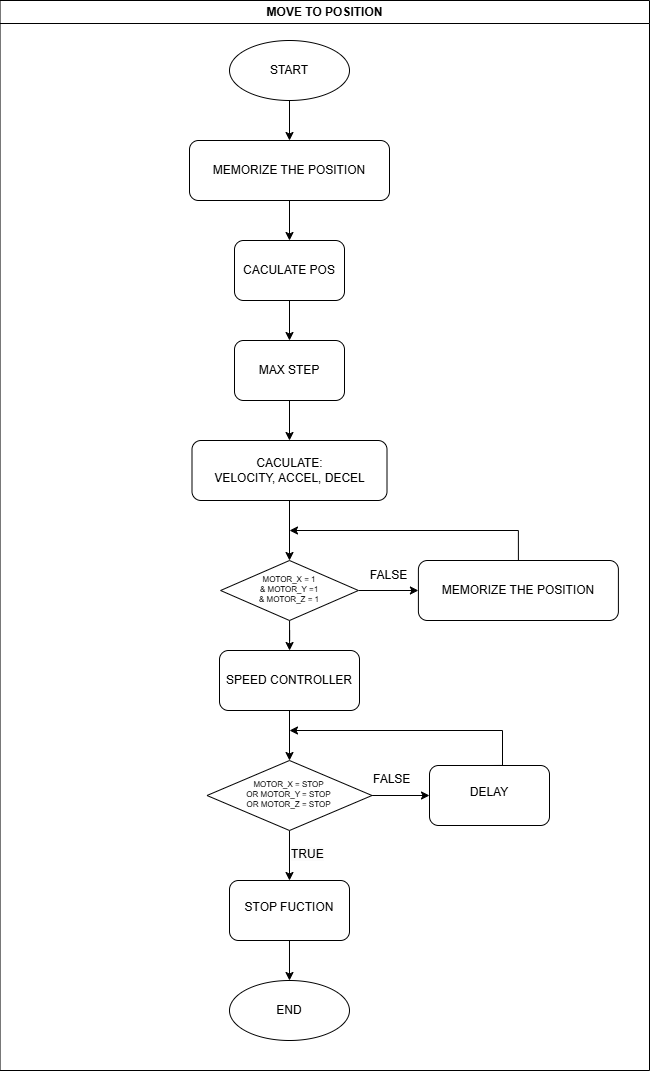
The draw.io diagram FLOWCHART/FLOWCHART-CONTROLL-MOTOR.png in Quynguyen34/CNC-Drill-Graduation-Project, before a commit. Source tidied: cells renumbered, new cells last; positions are measured from the earlier drawing's top-left corner, leaving out a move shared by most shapes. The source it was exported from:
```xml
<mxGraphModel>
  <root>
    <mxCell id="0" />
    <mxCell id="1" parent="0" />
    <mxCell id="2" style="edgeStyle=orthogonalEdgeStyle;rounded=0;jettySize=auto;html=1;" parent="1" edge="1" source="3" target="5">
      <mxGeometry relative="1" as="geometry" />
    </mxCell>
    <mxCell id="3" value="START" style="ellipse;whiteSpace=wrap;html=1;" parent="1" vertex="1">
      <mxGeometry x="229" y="40" width="120" height="60" as="geometry" />
    </mxCell>
    <mxCell id="4" style="edgeStyle=orthogonalEdgeStyle;rounded=0;jettySize=auto;html=1;" parent="1" edge="1" source="5" target="7">
      <mxGeometry relative="1" as="geometry" />
    </mxCell>
    <mxCell id="5" value="MEMORIZE THE POSITION" style="rounded=1;whiteSpace=wrap;html=1;" parent="1" vertex="1">
      <mxGeometry x="189" y="140" width="200" height="60" as="geometry" />
    </mxCell>
    <mxCell id="6" style="edgeStyle=orthogonalEdgeStyle;rounded=0;jettySize=auto;html=1;" parent="1" edge="1" source="7" target="9">
      <mxGeometry relative="1" as="geometry" />
    </mxCell>
    <mxCell id="7" value="CACULATE POS" style="whiteSpace=wrap;html=1;rounded=1;" parent="1" vertex="1">
      <mxGeometry x="234" y="240" width="110" height="60" as="geometry" />
    </mxCell>
    <mxCell id="8" style="edgeStyle=orthogonalEdgeStyle;rounded=0;jettySize=auto;html=1;" parent="1" edge="1" source="9" target="11">
      <mxGeometry relative="1" as="geometry" />
    </mxCell>
    <mxCell id="9" value="MAX STEP" style="whiteSpace=wrap;html=1;rounded=1;" parent="1" vertex="1">
      <mxGeometry x="234" y="340" width="110" height="60" as="geometry" />
    </mxCell>
    <mxCell id="10" style="edgeStyle=orthogonalEdgeStyle;rounded=0;jettySize=auto;html=1;" parent="1" edge="1" source="11" target="14">
      <mxGeometry relative="1" as="geometry" />
    </mxCell>
    <mxCell id="11" value="CACULATE:&lt;div&gt;VELOCITY, ACCEL, DECEL&lt;/div&gt;" style="whiteSpace=wrap;html=1;rounded=1;" parent="1" vertex="1">
      <mxGeometry x="191.5" y="440" width="195" height="60" as="geometry" />
    </mxCell>
    <mxCell id="12" style="edgeStyle=orthogonalEdgeStyle;rounded=0;jettySize=auto;html=1;entryX=0;entryY=0.5;entryDx=0;entryDy=0;" parent="1" edge="1" source="14" target="16">
      <mxGeometry relative="1" as="geometry" />
    </mxCell>
    <mxCell id="13" style="edgeStyle=orthogonalEdgeStyle;rounded=0;jettySize=auto;html=1;" parent="1" edge="1" source="14" target="19">
      <mxGeometry relative="1" as="geometry" />
    </mxCell>
    <mxCell id="14" value="&lt;font style=&quot;font-size: 8px;&quot;&gt;MOTOR_X = 1&lt;/font&gt;&lt;div style=&quot;font-size: 8px;&quot;&gt;&lt;font style=&quot;font-size: 8px;&quot;&gt;&amp;amp; MOTOR_Y =1&lt;/font&gt;&lt;/div&gt;&lt;div style=&quot;font-size: 8px;&quot;&gt;&lt;font style=&quot;font-size: 8px;&quot;&gt;&amp;amp; MOTOR_Z = 1&lt;/font&gt;&lt;/div&gt;" style="rhombus;whiteSpace=wrap;html=1;spacing=0;spacingTop=-6;" parent="1" vertex="1">
      <mxGeometry x="220.1" y="560" width="137.8" height="60" as="geometry" />
    </mxCell>
    <mxCell id="15" style="edgeStyle=orthogonalEdgeStyle;rounded=0;jettySize=auto;html=1;exitX=0.5;exitY=0;exitDx=0;exitDy=0;" parent="1" edge="1" source="16">
      <mxGeometry relative="1" as="geometry">
        <mxPoint x="289" y="530" as="targetPoint" />
        <Array as="points">
          <mxPoint x="518" y="530" />
        </Array>
      </mxGeometry>
    </mxCell>
    <mxCell id="16" value="MEMORIZE THE POSITION" style="rounded=1;whiteSpace=wrap;html=1;" parent="1" vertex="1">
      <mxGeometry x="417.9" y="560" width="200" height="60" as="geometry" />
    </mxCell>
    <mxCell id="17" value="FALSE" style="text;html=1;align=center;verticalAlign=middle;strokeColor=none;fillColor=none;" parent="1" vertex="1">
      <mxGeometry x="357.9" y="560" width="60" height="30" as="geometry" />
    </mxCell>
    <mxCell id="18" style="edgeStyle=orthogonalEdgeStyle;rounded=0;jettySize=auto;html=1;" parent="1" edge="1" source="19" target="22">
      <mxGeometry relative="1" as="geometry" />
    </mxCell>
    <mxCell id="19" value="SPEED CONTROLLER" style="rounded=1;whiteSpace=wrap;html=1;" parent="1" vertex="1">
      <mxGeometry x="219" y="650" width="140" height="60" as="geometry" />
    </mxCell>
    <mxCell id="20" style="edgeStyle=orthogonalEdgeStyle;rounded=0;jettySize=auto;html=1;" parent="1" edge="1" source="22" target="23">
      <mxGeometry relative="1" as="geometry" />
    </mxCell>
    <mxCell id="21" style="edgeStyle=orthogonalEdgeStyle;rounded=0;jettySize=auto;html=1;" parent="1" edge="1" source="22" target="26">
      <mxGeometry relative="1" as="geometry" />
    </mxCell>
    <mxCell id="22" value="&lt;font style=&quot;font-size: 8px;&quot;&gt;MOTOR_X = STOP&lt;/font&gt;&lt;div style=&quot;font-size: 8px;&quot;&gt;&lt;font style=&quot;font-size: 8px;&quot;&gt;OR&amp;nbsp;&lt;span style=&quot;background-color: initial;&quot;&gt;MOTOR_Y = STOP&lt;/span&gt;&lt;/font&gt;&lt;/div&gt;&lt;div style=&quot;font-size: 8px;&quot;&gt;&lt;font style=&quot;font-size: 8px;&quot;&gt;OR&amp;nbsp;&lt;span style=&quot;background-color: initial;&quot;&gt;MOTOR_Z = STOP&lt;/span&gt;&lt;/font&gt;&lt;/div&gt;" style="rhombus;whiteSpace=wrap;html=1;spacingTop=-6;" parent="1" vertex="1">
      <mxGeometry x="206.5" y="760" width="165" height="70" as="geometry" />
    </mxCell>
    <mxCell id="23" value="DELAY" style="rounded=1;whiteSpace=wrap;html=1;spacingTop=-6;" parent="1" vertex="1">
      <mxGeometry x="429" y="765" width="120" height="60" as="geometry" />
    </mxCell>
    <mxCell id="24" value="&lt;span style=&quot;color: rgb(0, 0, 0); font-family: Helvetica; font-size: 12px; font-style: normal; font-variant-ligatures: normal; font-variant-caps: normal; font-weight: 400; letter-spacing: normal; orphans: 2; text-align: center; text-indent: 0px; text-transform: none; widows: 2; word-spacing: 0px; -webkit-text-stroke-width: 0px; white-space: nowrap; background-color: rgb(251, 251, 251); text-decoration-thickness: initial; text-decoration-style: initial; text-decoration-color: initial; display: inline !important; float: none;&quot;&gt;TRUE&lt;/span&gt;" style="text;whiteSpace=wrap;html=1;" parent="1" vertex="1">
      <mxGeometry x="289" y="840" width="70" height="35" as="geometry" />
    </mxCell>
    <mxCell id="25" style="edgeStyle=orthogonalEdgeStyle;rounded=0;jettySize=auto;html=1;" parent="1" edge="1" source="26" target="29">
      <mxGeometry relative="1" as="geometry" />
    </mxCell>
    <mxCell id="26" value="STOP FUCTION" style="rounded=1;whiteSpace=wrap;html=1;spacingTop=-6;" parent="1" vertex="1">
      <mxGeometry x="229" y="880" width="120" height="60" as="geometry" />
    </mxCell>
    <mxCell id="27" value="&lt;div style=&quot;text-align: center;&quot;&gt;&lt;span style=&quot;background-color: initial; text-wrap: nowrap;&quot;&gt;FALSE&lt;/span&gt;&lt;/div&gt;" style="text;whiteSpace=wrap;html=1;" parent="1" vertex="1">
      <mxGeometry x="371.5" y="765" width="70" height="35" as="geometry" />
    </mxCell>
    <mxCell id="28" style="edgeStyle=orthogonalEdgeStyle;rounded=0;jettySize=auto;html=1;exitX=0.5;exitY=0;exitDx=0;exitDy=0;" parent="1" edge="1" source="23">
      <mxGeometry relative="1" as="geometry">
        <mxPoint x="289" y="730" as="targetPoint" />
        <Array as="points">
          <mxPoint x="502" y="730" />
        </Array>
      </mxGeometry>
    </mxCell>
    <mxCell id="29" value="END" style="ellipse;whiteSpace=wrap;html=1;" parent="1" vertex="1">
      <mxGeometry x="229" y="980" width="120" height="60" as="geometry" />
    </mxCell>
    <mxCell id="30" value="MOVE TO POSITION" style="swimlane;whiteSpace=wrap;html=1;" parent="1" vertex="1">
      <mxGeometry x="-0.5" width="649.5" height="1070" as="geometry" />
    </mxCell>
  </root>
</mxGraphModel>
```
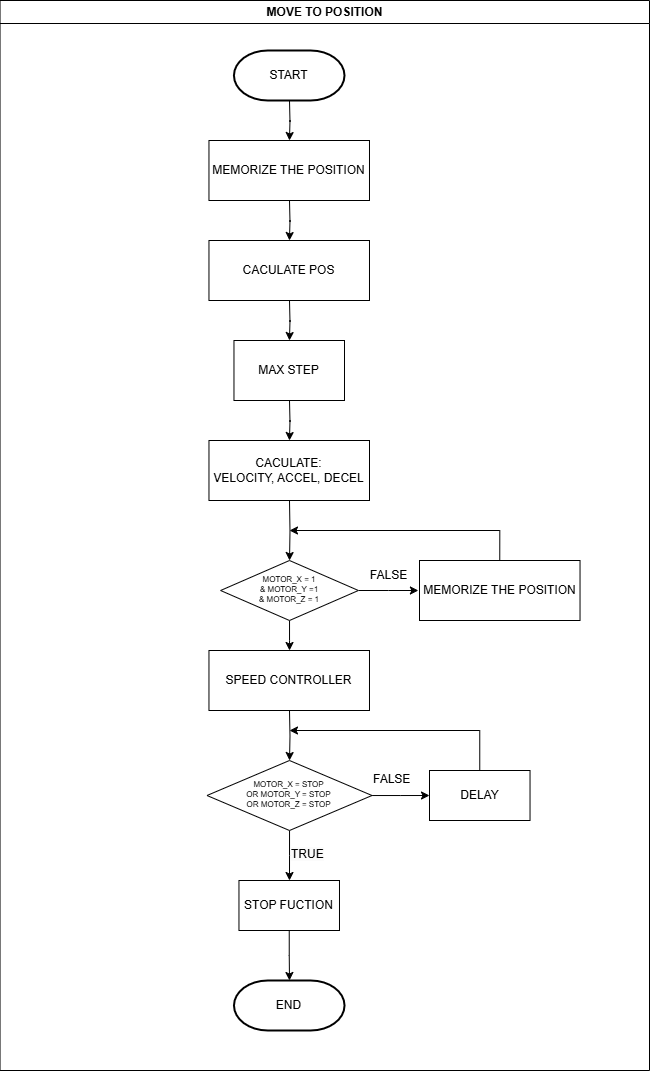
After the commit.

The edit, as a diff of the source:
```diff
@@ -2,102 +2,128 @@
   <root>
     <mxCell id="0" />
     <mxCell id="1" parent="0" />
-    <mxCell id="2" style="edgeStyle=orthogonalEdgeStyle;rounded=0;jettySize=auto;html=1;" parent="1" edge="1" source="3" target="5">
-      <mxGeometry relative="1" as="geometry" />
+    <mxCell id="2" style="edgeStyle=orthogonalEdgeStyle;rounded=0;orthogonalLoop=1;jettySize=auto;html=1;" parent="1" edge="1">
+      <mxGeometry relative="1" as="geometry">
+        <mxPoint x="289" y="100" as="sourcePoint" />
+        <mxPoint x="289" y="140" as="targetPoint" />
+      </mxGeometry>
     </mxCell>
-    <mxCell id="3" value="START" style="ellipse;whiteSpace=wrap;html=1;" parent="1" vertex="1">
-      <mxGeometry x="229" y="40" width="120" height="60" as="geometry" />
-    </mxCell>
-    <mxCell id="4" style="edgeStyle=orthogonalEdgeStyle;rounded=0;jettySize=auto;html=1;" parent="1" edge="1" source="5" target="7">
-      <mxGeometry relative="1" as="geometry" />
+    <mxCell id="4" style="edgeStyle=orthogonalEdgeStyle;rounded=0;orthogonalLoop=1;jettySize=auto;html=1;" parent="1" edge="1">
+      <mxGeometry relative="1" as="geometry">
+        <mxPoint x="289" y="200" as="sourcePoint" />
+        <mxPoint x="289" y="240" as="targetPoint" />
+      </mxGeometry>
     </mxCell>
-    <mxCell id="5" value="MEMORIZE THE POSITION" style="rounded=1;whiteSpace=wrap;html=1;" parent="1" vertex="1">
-      <mxGeometry x="189" y="140" width="200" height="60" as="geometry" />
-    </mxCell>
-    <mxCell id="6" style="edgeStyle=orthogonalEdgeStyle;rounded=0;jettySize=auto;html=1;" parent="1" edge="1" source="7" target="9">
-      <mxGeometry relative="1" as="geometry" />
+    <mxCell id="6" style="edgeStyle=orthogonalEdgeStyle;rounded=0;orthogonalLoop=1;jettySize=auto;html=1;" parent="1" edge="1">
+      <mxGeometry relative="1" as="geometry">
+        <mxPoint x="289" y="300" as="sourcePoint" />
+        <mxPoint x="289" y="340" as="targetPoint" />
+      </mxGeometry>
     </mxCell>
-    <mxCell id="7" value="CACULATE POS" style="whiteSpace=wrap;html=1;rounded=1;" parent="1" vertex="1">
-      <mxGeometry x="234" y="240" width="110" height="60" as="geometry" />
-    </mxCell>
-    <mxCell id="8" style="edgeStyle=orthogonalEdgeStyle;rounded=0;jettySize=auto;html=1;" parent="1" edge="1" source="9" target="11">
-      <mxGeometry relative="1" as="geometry" />
+    <mxCell id="8" style="edgeStyle=orthogonalEdgeStyle;rounded=0;orthogonalLoop=1;jettySize=auto;html=1;" parent="1" edge="1">
+      <mxGeometry relative="1" as="geometry">
+        <mxPoint x="289" y="400" as="sourcePoint" />
+        <mxPoint x="289" y="440" as="targetPoint" />
+      </mxGeometry>
     </mxCell>
-    <mxCell id="9" value="MAX STEP" style="whiteSpace=wrap;html=1;rounded=1;" parent="1" vertex="1">
-      <mxGeometry x="234" y="340" width="110" height="60" as="geometry" />
-    </mxCell>
-    <mxCell id="10" style="edgeStyle=orthogonalEdgeStyle;rounded=0;jettySize=auto;html=1;" parent="1" edge="1" source="11" target="14">
-      <mxGeometry relative="1" as="geometry" />
+    <mxCell id="10" style="edgeStyle=orthogonalEdgeStyle;rounded=0;jettySize=auto;html=1;" parent="1" edge="1" target="14">
+      <mxGeometry relative="1" as="geometry">
+        <mxPoint x="289" y="500" as="sourcePoint" />
+      </mxGeometry>
     </mxCell>
-    <mxCell id="11" value="CACULATE:&lt;div&gt;VELOCITY, ACCEL, DECEL&lt;/div&gt;" style="whiteSpace=wrap;html=1;rounded=1;" parent="1" vertex="1">
-      <mxGeometry x="191.5" y="440" width="195" height="60" as="geometry" />
-    </mxCell>
-    <mxCell id="12" style="edgeStyle=orthogonalEdgeStyle;rounded=0;jettySize=auto;html=1;entryX=0;entryY=0.5;entryDx=0;entryDy=0;" parent="1" edge="1" source="14" target="16">
-      <mxGeometry relative="1" as="geometry" />
+    <mxCell id="12" style="edgeStyle=orthogonalEdgeStyle;rounded=0;jettySize=auto;html=1;entryX=0;entryY=0.5;entryDx=0;entryDy=0;" parent="1" edge="1" source="14">
+      <mxGeometry relative="1" as="geometry">
+        <mxPoint x="417.9" y="590" as="targetPoint" />
+      </mxGeometry>
     </mxCell>
-    <mxCell id="13" style="edgeStyle=orthogonalEdgeStyle;rounded=0;jettySize=auto;html=1;" parent="1" edge="1" source="14" target="19">
-      <mxGeometry relative="1" as="geometry" />
+    <mxCell id="13" style="edgeStyle=orthogonalEdgeStyle;rounded=0;jettySize=auto;html=1;" parent="1" edge="1" source="14">
+      <mxGeometry relative="1" as="geometry">
+        <mxPoint x="289" y="650" as="targetPoint" />
+      </mxGeometry>
     </mxCell>
     <mxCell id="14" value="&lt;font style=&quot;font-size: 8px;&quot;&gt;MOTOR_X = 1&lt;/font&gt;&lt;div style=&quot;font-size: 8px;&quot;&gt;&lt;font style=&quot;font-size: 8px;&quot;&gt;&amp;amp; MOTOR_Y =1&lt;/font&gt;&lt;/div&gt;&lt;div style=&quot;font-size: 8px;&quot;&gt;&lt;font style=&quot;font-size: 8px;&quot;&gt;&amp;amp; MOTOR_Z = 1&lt;/font&gt;&lt;/div&gt;" style="rhombus;whiteSpace=wrap;html=1;spacing=0;spacingTop=-6;" parent="1" vertex="1">
       <mxGeometry x="220.1" y="560" width="137.8" height="60" as="geometry" />
     </mxCell>
-    <mxCell id="15" style="edgeStyle=orthogonalEdgeStyle;rounded=0;jettySize=auto;html=1;exitX=0.5;exitY=0;exitDx=0;exitDy=0;" parent="1" edge="1" source="16">
+    <mxCell id="15" style="edgeStyle=orthogonalEdgeStyle;rounded=0;jettySize=auto;html=1;exitX=0.5;exitY=0;exitDx=0;exitDy=0;" parent="1" edge="1" source="32">
       <mxGeometry relative="1" as="geometry">
         <mxPoint x="289" y="530" as="targetPoint" />
         <Array as="points">
-          <mxPoint x="518" y="530" />
+          <mxPoint x="499" y="530" />
         </Array>
       </mxGeometry>
     </mxCell>
-    <mxCell id="16" value="MEMORIZE THE POSITION" style="rounded=1;whiteSpace=wrap;html=1;" parent="1" vertex="1">
-      <mxGeometry x="417.9" y="560" width="200" height="60" as="geometry" />
-    </mxCell>
     <mxCell id="17" value="FALSE" style="text;html=1;align=center;verticalAlign=middle;strokeColor=none;fillColor=none;" parent="1" vertex="1">
       <mxGeometry x="357.9" y="560" width="60" height="30" as="geometry" />
     </mxCell>
-    <mxCell id="18" style="edgeStyle=orthogonalEdgeStyle;rounded=0;jettySize=auto;html=1;" parent="1" edge="1" source="19" target="22">
-      <mxGeometry relative="1" as="geometry" />
+    <mxCell id="18" style="edgeStyle=orthogonalEdgeStyle;rounded=0;jettySize=auto;html=1;" parent="1" edge="1" target="22">
+      <mxGeometry relative="1" as="geometry">
+        <mxPoint x="289" y="710" as="sourcePoint" />
+      </mxGeometry>
     </mxCell>
-    <mxCell id="19" value="SPEED CONTROLLER" style="rounded=1;whiteSpace=wrap;html=1;" parent="1" vertex="1">
-      <mxGeometry x="219" y="650" width="140" height="60" as="geometry" />
-    </mxCell>
-    <mxCell id="20" style="edgeStyle=orthogonalEdgeStyle;rounded=0;jettySize=auto;html=1;" parent="1" edge="1" source="22" target="23">
-      <mxGeometry relative="1" as="geometry" />
+    <mxCell id="20" style="edgeStyle=orthogonalEdgeStyle;rounded=0;jettySize=auto;html=1;" parent="1" edge="1" source="22">
+      <mxGeometry relative="1" as="geometry">
+        <mxPoint x="429" y="795" as="targetPoint" />
+      </mxGeometry>
     </mxCell>
-    <mxCell id="21" style="edgeStyle=orthogonalEdgeStyle;rounded=0;jettySize=auto;html=1;" parent="1" edge="1" source="22" target="26">
-      <mxGeometry relative="1" as="geometry" />
+    <mxCell id="21" style="edgeStyle=orthogonalEdgeStyle;rounded=0;jettySize=auto;html=1;" parent="1" edge="1" source="22">
+      <mxGeometry relative="1" as="geometry">
+        <mxPoint x="289" y="880" as="targetPoint" />
+      </mxGeometry>
     </mxCell>
     <mxCell id="22" value="&lt;font style=&quot;font-size: 8px;&quot;&gt;MOTOR_X = STOP&lt;/font&gt;&lt;div style=&quot;font-size: 8px;&quot;&gt;&lt;font style=&quot;font-size: 8px;&quot;&gt;OR&amp;nbsp;&lt;span style=&quot;background-color: initial;&quot;&gt;MOTOR_Y = STOP&lt;/span&gt;&lt;/font&gt;&lt;/div&gt;&lt;div style=&quot;font-size: 8px;&quot;&gt;&lt;font style=&quot;font-size: 8px;&quot;&gt;OR&amp;nbsp;&lt;span style=&quot;background-color: initial;&quot;&gt;MOTOR_Z = STOP&lt;/span&gt;&lt;/font&gt;&lt;/div&gt;" style="rhombus;whiteSpace=wrap;html=1;spacingTop=-6;" parent="1" vertex="1">
       <mxGeometry x="206.5" y="760" width="165" height="70" as="geometry" />
     </mxCell>
+    <mxCell id="24" value="&lt;span style=&quot;color: rgb(0, 0, 0); font-family: Helvetica; font-size: 12px; font-style: normal; font-variant-ligatures: normal; font-variant-caps: normal; font-weight: 400; letter-spacing: normal; orphans: 2; text-align: center; text-indent: 0px; text-transform: none; widows: 2; word-spacing: 0px; -webkit-text-stroke-width: 0px; white-space: nowrap; background-color: rgb(251, 251, 251); text-decoration-thickness: initial; text-decoration-style: initial; text-decoration-color: initial; display: inline !important; float: none;&quot;&gt;TRUE&lt;/span&gt;" style="text;whiteSpace=wrap;html=1;" parent="1" vertex="1">
+      <mxGeometry x="289" y="840" width="70" height="35" as="geometry" />
+    </mxCell>
+    <mxCell id="27" value="&lt;div style=&quot;text-align: center;&quot;&gt;&lt;span style=&quot;background-color: initial; text-wrap: nowrap;&quot;&gt;FALSE&lt;/span&gt;&lt;/div&gt;" style="text;whiteSpace=wrap;html=1;" parent="1" vertex="1">
+      <mxGeometry x="371.5" y="765" width="70" height="35" as="geometry" />
+    </mxCell>
+    <mxCell id="30" value="MOVE TO POSITION" style="swimlane;whiteSpace=wrap;html=1;" parent="1" vertex="1">
+      <mxGeometry x="-0.5" width="649.5" height="1070" as="geometry" />
+    </mxCell>
+    <mxCell id="3" value="START" style="strokeWidth=2;html=1;shape=mxgraph.flowchart.terminator;whiteSpace=wrap;" parent="30" vertex="1">
+      <mxGeometry x="233.9" y="50" width="110.6" height="50" as="geometry" />
+    </mxCell>
+    <mxCell id="31" value="MEMORIZE THE POSITION" style="rounded=0;whiteSpace=wrap;html=1;" parent="30" vertex="1">
+      <mxGeometry x="208.9" y="140" width="160.5" height="60" as="geometry" />
+    </mxCell>
+    <mxCell id="7" value="CACULATE POS" style="rounded=0;whiteSpace=wrap;html=1;" parent="30" vertex="1">
+      <mxGeometry x="208.9" y="240" width="160.5" height="60" as="geometry" />
+    </mxCell>
+    <mxCell id="9" value="MAX STEP" style="rounded=0;whiteSpace=wrap;html=1;" parent="30" vertex="1">
+      <mxGeometry x="233.9" y="340" width="110.5" height="60" as="geometry" />
+    </mxCell>
+    <mxCell id="11" value="CACULATE:&lt;div&gt;VELOCITY, ACCEL, DECEL&lt;/div&gt;" style="rounded=0;whiteSpace=wrap;html=1;" parent="30" vertex="1">
+      <mxGeometry x="208.9" y="440" width="160.5" height="60" as="geometry" />
+    </mxCell>
+    <mxCell id="32" value="MEMORIZE THE POSITION" style="rounded=0;whiteSpace=wrap;html=1;" parent="30" vertex="1">
+      <mxGeometry x="419.5" y="560" width="160.5" height="60" as="geometry" />
+    </mxCell>
+    <mxCell id="19" value="SPEED CONTROLLER" style="rounded=0;whiteSpace=wrap;html=1;" parent="30" vertex="1">
+      <mxGeometry x="208.9" y="650" width="160.5" height="60" as="geometry" />
+    </mxCell>
+    <mxCell id="33" style="edgeStyle=orthogonalEdgeStyle;rounded=0;jettySize=auto;html=1;" parent="30" edge="1" source="23">
+      <mxGeometry relative="1" as="geometry">
+        <mxPoint x="289.5" y="730" as="targetPoint" />
+        <Array as="points">
+          <mxPoint x="480" y="730" />
+        </Array>
+      </mxGeometry>
+    </mxCell>
-    <mxCell id="23" value="DELAY" style="rounded=1;whiteSpace=wrap;html=1;spacingTop=-6;" parent="1" vertex="1">
-      <mxGeometry x="429" y="765" width="120" height="60" as="geometry" />
+    <mxCell id="23" value="DELAY" style="rounded=0;whiteSpace=wrap;html=1;" parent="30" vertex="1">
+      <mxGeometry x="429.5" y="770" width="100.5" height="50" as="geometry" />
     </mxCell>
-    <mxCell id="24" value="&lt;span style=&quot;color: rgb(0, 0, 0); font-family: Helvetica; font-size: 12px; font-style: normal; font-variant-ligatures: normal; font-variant-caps: normal; font-weight: 400; letter-spacing: normal; orphans: 2; text-align: center; text-indent: 0px; text-transform: none; widows: 2; word-spacing: 0px; -webkit-text-stroke-width: 0px; white-space: nowrap; background-color: rgb(251, 251, 251); text-decoration-thickness: initial; text-decoration-style: initial; text-decoration-color: initial; display: inline !important; float: none;&quot;&gt;TRUE&lt;/span&gt;" style="text;whiteSpace=wrap;html=1;" parent="1" vertex="1">
-      <mxGeometry x="289" y="840" width="70" height="35" as="geometry" />
-    </mxCell>
-    <mxCell id="25" style="edgeStyle=orthogonalEdgeStyle;rounded=0;jettySize=auto;html=1;" parent="1" edge="1" source="26" target="29">
-      <mxGeometry relative="1" as="geometry" />
-    </mxCell>
-    <mxCell id="26" value="STOP FUCTION" style="rounded=1;whiteSpace=wrap;html=1;spacingTop=-6;" parent="1" vertex="1">
-      <mxGeometry x="229" y="880" width="120" height="60" as="geometry" />
+    <mxCell id="26" value="STOP FUCTION" style="rounded=0;whiteSpace=wrap;html=1;" parent="30" vertex="1">
+      <mxGeometry x="238.9" y="880" width="100.5" height="50" as="geometry" />
     </mxCell>
-    <mxCell id="27" value="&lt;div style=&quot;text-align: center;&quot;&gt;&lt;span style=&quot;background-color: initial; text-wrap: nowrap;&quot;&gt;FALSE&lt;/span&gt;&lt;/div&gt;" style="text;whiteSpace=wrap;html=1;" parent="1" vertex="1">
-      <mxGeometry x="371.5" y="765" width="70" height="35" as="geometry" />
-    </mxCell>
-    <mxCell id="28" style="edgeStyle=orthogonalEdgeStyle;rounded=0;jettySize=auto;html=1;exitX=0.5;exitY=0;exitDx=0;exitDy=0;" parent="1" edge="1" source="23">
-      <mxGeometry relative="1" as="geometry">
-        <mxPoint x="289" y="730" as="targetPoint" />
-        <Array as="points">
-          <mxPoint x="502" y="730" />
-        </Array>
-      </mxGeometry>
-    </mxCell>
-    <mxCell id="29" value="END" style="ellipse;whiteSpace=wrap;html=1;" parent="1" vertex="1">
-      <mxGeometry x="229" y="980" width="120" height="60" as="geometry" />
+    <mxCell id="29" value="END" style="strokeWidth=2;html=1;shape=mxgraph.flowchart.terminator;whiteSpace=wrap;" parent="30" vertex="1">
+      <mxGeometry x="233.9" y="980" width="110.6" height="50" as="geometry" />
     </mxCell>
-    <mxCell id="30" value="MOVE TO POSITION" style="swimlane;whiteSpace=wrap;html=1;" parent="1" vertex="1">
-      <mxGeometry x="-0.5" width="649.5" height="1070" as="geometry" />
-    </mxCell>
+    <mxCell id="34" style="edgeStyle=orthogonalEdgeStyle;rounded=0;jettySize=auto;html=1;" parent="1" edge="1" source="26">
+      <mxGeometry relative="1" as="geometry">
+        <mxPoint x="289" y="980" as="targetPoint" />
+      </mxGeometry>
+    </mxCell>
   </root>
 </mxGraphModel>
```
